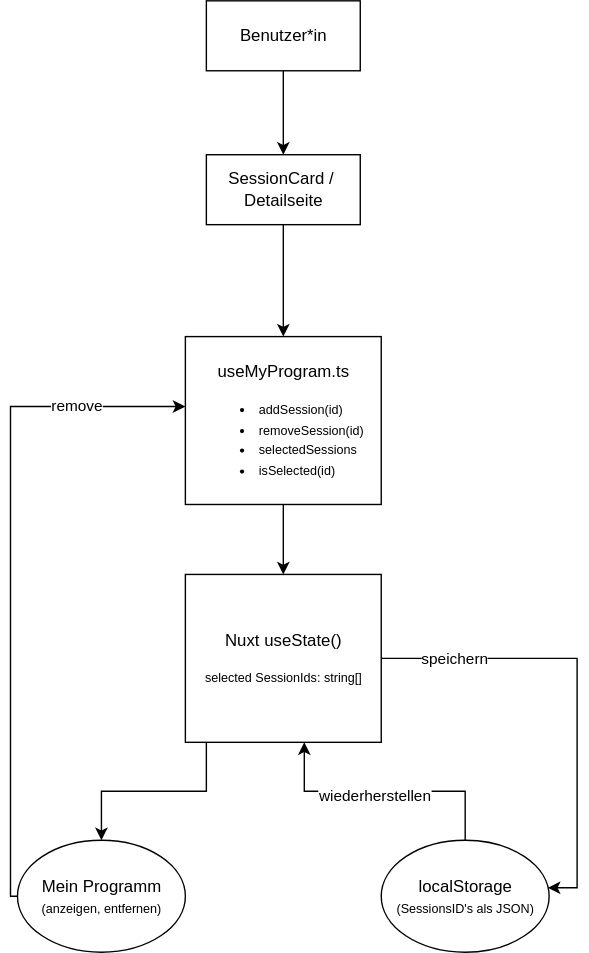
The draw.io diagram docs/schritt1/images/datenfluss-mein-programm.svg in raoulwo/front-group-assignment, before a commit. Source tidied: cells renumbered, new cells last; positions are measured from the earlier drawing's top-left corner, leaving out a move shared by most shapes. Source of this version:
```xml
<mxGraphModel>
  <root>
    <mxCell id="0" />
    <mxCell id="1" parent="0" />
    <mxCell id="2" style="edgeStyle=orthogonalEdgeStyle;rounded=0;jettySize=auto;html=1;" parent="1" edge="1" source="3" target="5">
      <mxGeometry relative="1" as="geometry" />
    </mxCell>
    <mxCell id="3" value="&lt;pre dir=&quot;ltr&quot;&gt;&lt;code&gt;&lt;font face=&quot;Helvetica&quot;&gt;Benutzer*in&lt;/font&gt;&lt;/code&gt;&lt;/pre&gt;" style="html=1;whiteSpace=wrap;" parent="1" vertex="1">
      <mxGeometry x="140" width="110" height="50" as="geometry" />
    </mxCell>
    <mxCell id="4" style="edgeStyle=orthogonalEdgeStyle;rounded=0;jettySize=auto;html=1;" parent="1" edge="1" source="5" target="7">
      <mxGeometry relative="1" as="geometry" />
    </mxCell>
    <mxCell id="5" value="&lt;pre dir=&quot;ltr&quot;&gt;&lt;code&gt;&lt;font face=&quot;Helvetica&quot;&gt;SessionCard / &lt;br&gt;Detailseite&lt;/font&gt;&lt;/code&gt;&lt;/pre&gt;" style="html=1;whiteSpace=wrap;" parent="1" vertex="1">
      <mxGeometry x="140" y="110" width="110" height="50" as="geometry" />
    </mxCell>
    <mxCell id="6" style="edgeStyle=orthogonalEdgeStyle;rounded=0;jettySize=auto;html=1;" parent="1" edge="1" source="7" target="9">
      <mxGeometry relative="1" as="geometry" />
    </mxCell>
    <mxCell id="7" value="&lt;pre dir=&quot;ltr&quot;&gt;&lt;p&gt;&lt;font face=&quot;Helvetica&quot;&gt;useMyProgram.ts&lt;/font&gt;&lt;/p&gt;&lt;p&gt;&lt;/p&gt;&lt;ul&gt;&lt;li style=&quot;text-align: left;&quot;&gt;&lt;span style=&quot;background-color: transparent; color: light-dark(rgb(0, 0, 0), rgb(255, 255, 255)); font-family: Helvetica; font-size: 9px; white-space: normal;&quot;&gt;addSession(id)&lt;/span&gt;&lt;/li&gt;&lt;li style=&quot;text-align: left;&quot;&gt;&lt;code style=&quot;font-size: 9px; background-color: transparent; color: light-dark(rgb(0, 0, 0), rgb(255, 255, 255)); white-space: normal;&quot;&gt;&lt;font face=&quot;Helvetica&quot;&gt;removeSession&lt;/font&gt;&lt;/code&gt;&lt;span style=&quot;font-family: Helvetica; font-size: 9px; white-space: normal;&quot;&gt;(id)&lt;/span&gt;&lt;/li&gt;&lt;li style=&quot;text-align: left;&quot;&gt;&lt;font style=&quot;font-size: 9px;&quot; face=&quot;Helvetica&quot;&gt;selectedSessions&lt;/font&gt;&lt;/li&gt;&lt;li style=&quot;text-align: left;&quot;&gt;&lt;font style=&quot;font-size: 9px;&quot; face=&quot;Helvetica&quot;&gt;isSelected&lt;/font&gt;&lt;span style=&quot;font-family: Helvetica; font-size: 9px; white-space: normal;&quot;&gt;(id)&lt;/span&gt;&lt;/li&gt;&lt;/ul&gt;&lt;/pre&gt;" style="html=1;whiteSpace=wrap;" parent="1" vertex="1">
      <mxGeometry x="125" y="240" width="140" height="120" as="geometry" />
    </mxCell>
    <mxCell id="8" style="edgeStyle=orthogonalEdgeStyle;rounded=0;jettySize=auto;html=1;" parent="1" edge="1" source="9" target="12">
      <mxGeometry relative="1" as="geometry">
        <Array as="points">
          <mxPoint x="140" y="565" />
          <mxPoint x="65" y="565" />
        </Array>
      </mxGeometry>
    </mxCell>
    <mxCell id="9" value="&lt;pre dir=&quot;ltr&quot;&gt;&lt;p&gt;&lt;font face=&quot;Helvetica&quot;&gt;Nuxt useState()&lt;/font&gt;&lt;/p&gt;&lt;p&gt;&lt;font style=&quot;font-size: 9px;&quot; face=&quot;Helvetica&quot;&gt;selected SessionIds: string[]&lt;/font&gt;&lt;/p&gt;&lt;/pre&gt;" style="html=1;whiteSpace=wrap;" parent="1" vertex="1">
      <mxGeometry x="125" y="410" width="140" height="120" as="geometry" />
    </mxCell>
    <mxCell id="10" style="edgeStyle=orthogonalEdgeStyle;rounded=0;jettySize=auto;html=1;" parent="1" edge="1" source="12" target="7">
      <mxGeometry relative="1" as="geometry">
        <Array as="points">
          <mxPoint y="640" />
          <mxPoint y="290" />
        </Array>
      </mxGeometry>
    </mxCell>
    <mxCell id="11" value="remove" style="edgeLabel;html=1;align=center;verticalAlign=middle;" parent="10" vertex="1">
      <mxGeometry x="0.67" y="2" relative="1" as="geometry" />
    </mxCell>
    <mxCell id="12" value="Mein Programm &lt;font style=&quot;font-size: 9px;&quot;&gt;(anzeigen, entfernen)&lt;/font&gt;" style="ellipse;whiteSpace=wrap;html=1;" parent="1" vertex="1">
      <mxGeometry x="5" y="600" width="120" height="80" as="geometry" />
    </mxCell>
    <mxCell id="13" style="edgeStyle=orthogonalEdgeStyle;rounded=0;jettySize=auto;html=1;" parent="1" edge="1" source="15" target="9">
      <mxGeometry relative="1" as="geometry">
        <Array as="points">
          <mxPoint x="325" y="565" />
          <mxPoint x="210" y="565" />
        </Array>
      </mxGeometry>
    </mxCell>
    <mxCell id="14" value="&lt;div&gt;wiederherstellen&lt;/div&gt;" style="edgeLabel;html=1;align=center;verticalAlign=middle;" parent="13" vertex="1">
      <mxGeometry x="0.09" y="2" relative="1" as="geometry" />
    </mxCell>
    <mxCell id="15" value="localStorage&lt;div&gt;&lt;span style=&quot;font-size: 9px;&quot;&gt;(&lt;/span&gt;&lt;font style=&quot;background-color: transparent; color: light-dark(rgb(0, 0, 0), rgb(255, 255, 255)); font-size: 9px;&quot;&gt;SessionsID's als J&lt;/font&gt;&lt;span style=&quot;background-color: transparent; color: light-dark(rgb(0, 0, 0), rgb(255, 255, 255)); font-size: 9px;&quot;&gt;SON&lt;/span&gt;&lt;span style=&quot;background-color: transparent; color: light-dark(rgb(0, 0, 0), rgb(255, 255, 255)); font-size: 9px;&quot;&gt;)&lt;/span&gt;&lt;/div&gt;" style="ellipse;whiteSpace=wrap;html=1;" parent="1" vertex="1">
      <mxGeometry x="265" y="600" width="120" height="80" as="geometry" />
    </mxCell>
    <mxCell id="16" style="edgeStyle=orthogonalEdgeStyle;rounded=0;jettySize=auto;html=1;entryX=0.992;entryY=0.425;entryDx=0;entryDy=0;entryPerimeter=0;" parent="1" edge="1" source="9" target="15">
      <mxGeometry relative="1" as="geometry">
        <Array as="points">
          <mxPoint x="405" y="470" />
          <mxPoint x="405" y="634" />
        </Array>
      </mxGeometry>
    </mxCell>
    <mxCell id="17" value="speichern" style="edgeLabel;html=1;align=center;verticalAlign=middle;" parent="16" vertex="1">
      <mxGeometry x="-0.69" y="1" relative="1" as="geometry" />
    </mxCell>
  </root>
</mxGraphModel>
```
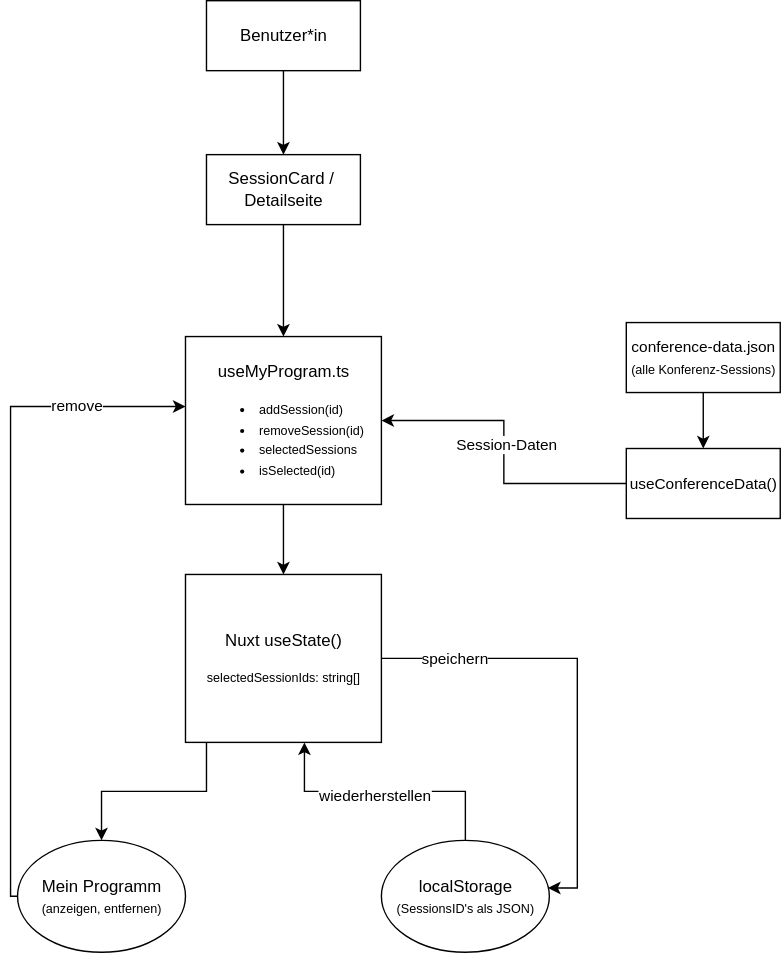
The same file after the commit.

Commit message:
Update state management data flow diagram

What changed in the source:
```diff
@@ -28,7 +28,7 @@
         </Array>
       </mxGeometry>
     </mxCell>
-    <mxCell id="9" value="&lt;pre dir=&quot;ltr&quot;&gt;&lt;p&gt;&lt;font face=&quot;Helvetica&quot;&gt;Nuxt useState()&lt;/font&gt;&lt;/p&gt;&lt;p&gt;&lt;font style=&quot;font-size: 9px;&quot; face=&quot;Helvetica&quot;&gt;selected SessionIds: string[]&lt;/font&gt;&lt;/p&gt;&lt;/pre&gt;" style="html=1;whiteSpace=wrap;" parent="1" vertex="1">
+    <mxCell id="9" value="&lt;pre dir=&quot;ltr&quot;&gt;&lt;p&gt;&lt;font face=&quot;Helvetica&quot;&gt;Nuxt useState()&lt;/font&gt;&lt;/p&gt;&lt;p&gt;&lt;font style=&quot;font-size: 9px;&quot; face=&quot;Helvetica&quot;&gt;selectedSessionIds: string[]&lt;/font&gt;&lt;/p&gt;&lt;/pre&gt;" style="html=1;whiteSpace=wrap;" parent="1" vertex="1">
       <mxGeometry x="125" y="410" width="140" height="120" as="geometry" />
     </mxCell>
     <mxCell id="10" style="edgeStyle=orthogonalEdgeStyle;rounded=0;jettySize=auto;html=1;" parent="1" edge="1" source="12" target="7">
@@ -70,5 +70,22 @@
     <mxCell id="17" value="speichern" style="edgeLabel;html=1;align=center;verticalAlign=middle;" parent="16" vertex="1">
       <mxGeometry x="-0.69" y="1" relative="1" as="geometry" />
     </mxCell>
+    <mxCell id="18" style="edgeStyle=orthogonalEdgeStyle;rounded=0;jettySize=auto;html=1;" parent="1" edge="1" source="19" target="22">
+      <mxGeometry relative="1" as="geometry" />
+    </mxCell>
+    <mxCell id="19" value="&lt;pre dir=&quot;ltr&quot;&gt;&lt;font style=&quot;&quot; face=&quot;Helvetica&quot;&gt;&lt;span style=&quot;font-size: 11px;&quot;&gt;conference-data.json&lt;br&gt;&lt;/span&gt;&lt;font style=&quot;font-size: 9px;&quot;&gt;(alle Konferenz-Sessions)&lt;/font&gt;&lt;/font&gt;&lt;/pre&gt;" style="html=1;whiteSpace=wrap;" parent="1" vertex="1">
+      <mxGeometry x="440" y="230" width="110" height="50" as="geometry" />
+    </mxCell>
+    <mxCell id="20" style="edgeStyle=orthogonalEdgeStyle;rounded=0;jettySize=auto;html=1;entryX=1;entryY=0.5;entryDx=0;entryDy=0;" parent="1" edge="1" source="22" target="7">
+      <mxGeometry relative="1" as="geometry" />
+    </mxCell>
+    <mxCell id="21" value="Session-Daten" style="edgeLabel;html=1;align=center;verticalAlign=middle;" parent="20" vertex="1">
+      <mxGeometry x="0.06" relative="1" as="geometry">
+        <mxPoint x="1" y="1" as="offset" />
+      </mxGeometry>
+    </mxCell>
+    <mxCell id="22" value="&lt;pre dir=&quot;ltr&quot;&gt;&lt;font face=&quot;Helvetica&quot;&gt;&lt;span style=&quot;font-size: 11px;&quot;&gt;useConferenceData()&lt;/span&gt;&lt;/font&gt;&lt;/pre&gt;" style="html=1;whiteSpace=wrap;" parent="1" vertex="1">
+      <mxGeometry x="440" y="320" width="110" height="50" as="geometry" />
+    </mxCell>
   </root>
 </mxGraphModel>
```
